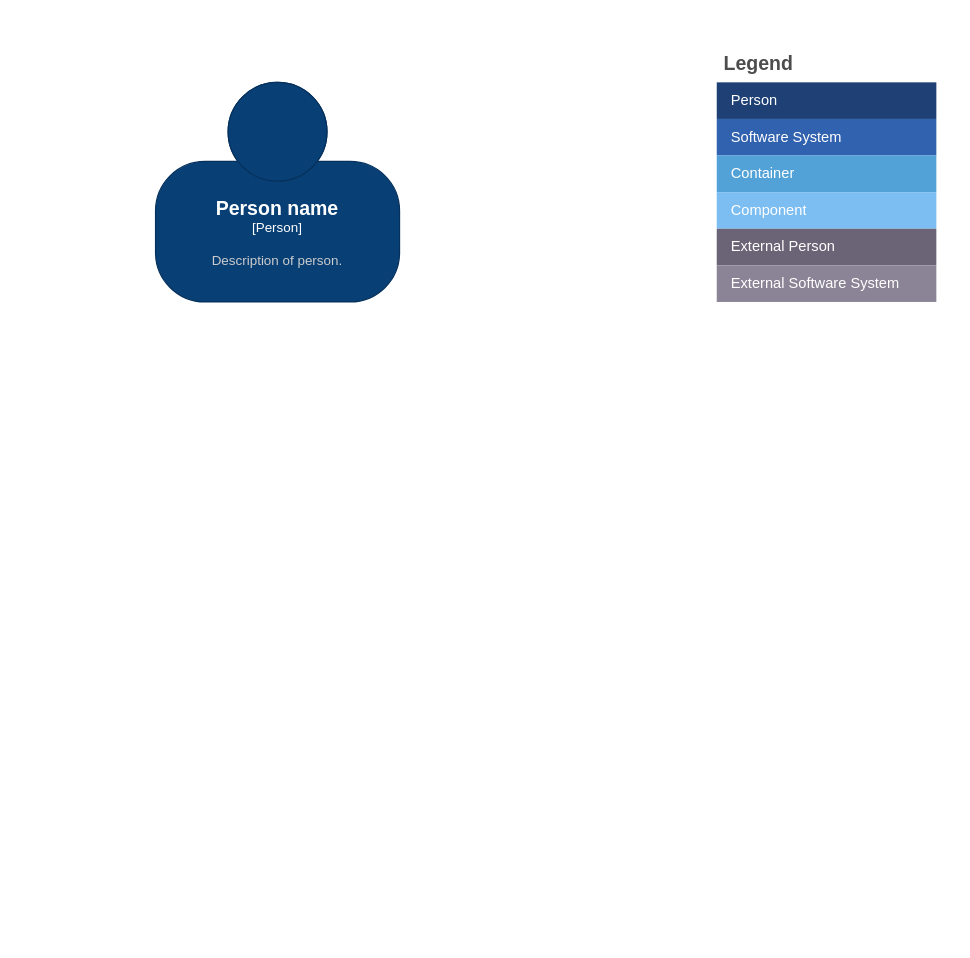
The draw.io diagram hello-world-documentacao-arquitetura.drawio in cristianospsp/c4-model-primeiro, before the edit. Source tidied: cells renumbered, new cells numbered last; positions are measured from the earlier drawing's top-left corner, leaving out a move shared by most shapes. Both pictures are drawn from the tidied source at 122%, with x=0, y=0 at pixel (155, 45).
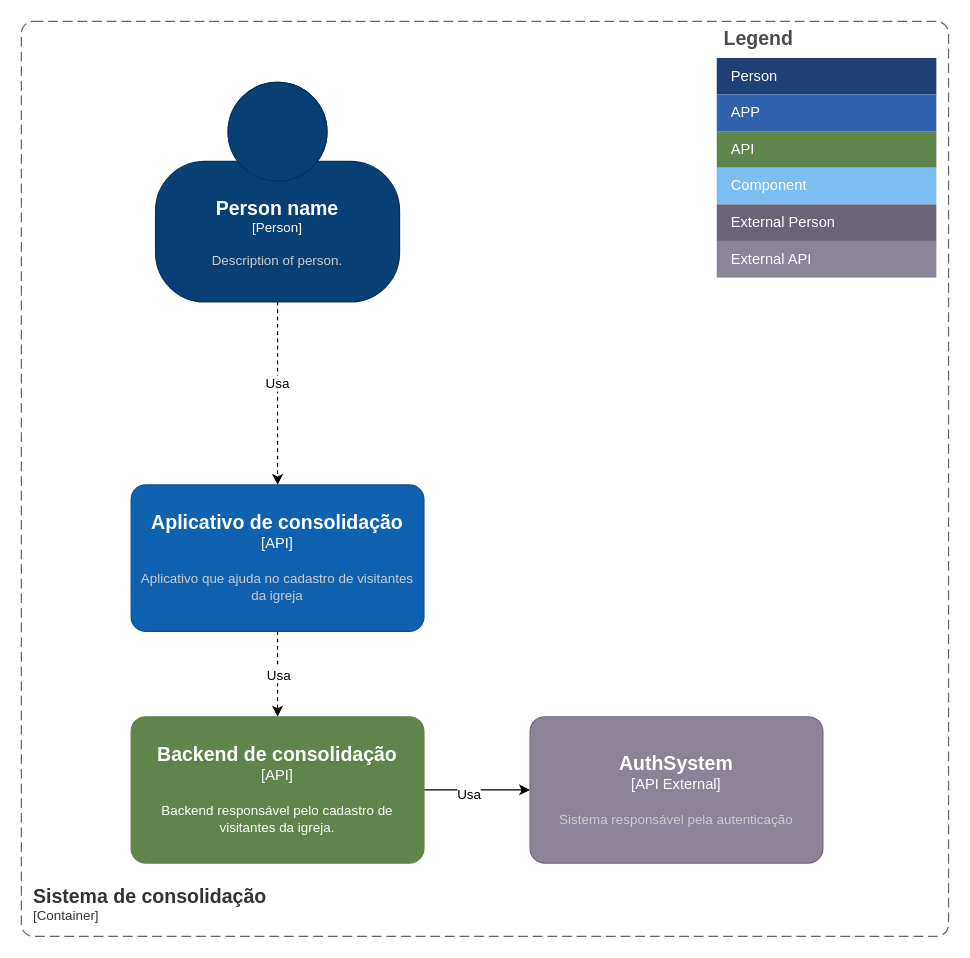
The same diagram, later.

Unchanged cells that the change refers to:
```xml
<object id="2" label="&lt;font style=&quot;font-size: 16px&quot;&gt;&lt;b&gt;%c4Name%&lt;/b&gt;&lt;/font&gt;&lt;div&gt;[%c4Type%]&lt;/div&gt;&lt;br&gt;&lt;div&gt;&lt;font style=&quot;font-size: 11px&quot;&gt;&lt;font color=&quot;#cccccc&quot;&gt;%c4Description%&lt;/font&gt;&lt;/div&gt;" c4Description="Description of person." c4Name="Person name" c4Type="Person" placeholders="1">
  <mxCell style="html=1;fontSize=11;dashed=0;whiteSpace=wrap;fillColor=#083F75;strokeColor=#06315C;fontColor=#ffffff;shape=mxgraph.c4.person2;align=center;points=[[0.5,0,0],[1,0.5,0],[1,0.75,0],[0.75,1,0],[0.5,1,0],[0.25,1,0],[0,0.75,0],[0,0.5,0]];" parent="1" vertex="1">
    <mxGeometry y="30" width="200" height="180" as="geometry" />
  </mxCell>
</object>
<mxCell id="6" style="shape=tableRow;horizontal=0;startSize=0;swimlaneHead=0;swimlaneBody=0;strokeColor=inherit;top=0;left=0;bottom=0;right=0;fillColor=none;fontSize=12;" parent="3" vertex="1">
  <mxGeometry y="60" width="180" height="30" as="geometry" />
</mxCell>
<mxCell id="8" style="shape=tableRow;horizontal=0;startSize=0;swimlaneHead=0;swimlaneBody=0;strokeColor=inherit;top=0;left=0;bottom=0;right=0;fillColor=none;fontSize=12;" parent="3" vertex="1">
  <mxGeometry y="90" width="180" height="30" as="geometry" />
</mxCell>
<mxCell id="14" style="shape=tableRow;horizontal=0;startSize=0;swimlaneHead=0;swimlaneBody=0;strokeColor=inherit;top=0;left=0;bottom=0;right=0;fillColor=none;fontSize=12;" parent="3" vertex="1">
  <mxGeometry y="180" width="180" height="30" as="geometry" />
</mxCell>
```

Change to the diagram source:
```diff
@@
+    <mxCell id="16" style="edgeStyle=orthogonalEdgeStyle;rounded=0;jettySize=auto;html=1;dashed=1;" parent="1" edge="1" source="2" target="20">
+      <mxGeometry relative="1" as="geometry" />
+    </mxCell>
+    <mxCell id="17" value="Usa&lt;br&gt;" style="edgeLabel;html=1;align=center;verticalAlign=middle;" parent="16" vertex="1">
+      <mxGeometry x="-0.12" y="-1" relative="1" as="geometry" />
+    </mxCell>
@@
+    <mxCell id="18" style="edgeStyle=orthogonalEdgeStyle;rounded=0;jettySize=auto;html=1;dashed=1;" parent="1" edge="1" source="20" target="23">
+      <mxGeometry relative="1" as="geometry" />
+    </mxCell>
+    <mxCell id="19" value="Usa" style="edgeLabel;html=1;align=center;verticalAlign=middle;" parent="18" vertex="1">
+      <mxGeometry relative="1" as="geometry" />
+    </mxCell>
+    <object id="20" label="&lt;font style=&quot;font-size: 16px&quot;&gt;&lt;b&gt;%c4Name%&lt;/b&gt;&lt;/font&gt;&lt;div&gt;[%c4Type%]&lt;/div&gt;&lt;br&gt;&lt;div&gt;&lt;font style=&quot;font-size: 11px&quot;&gt;&lt;font color=&quot;#cccccc&quot;&gt;%c4Description%&lt;/font&gt;&lt;/div&gt;" c4Description="Aplicativo que ajuda no cadastro de visitantes da igreja&#10;" c4Name="Aplicativo de consolidação" c4Type="API" placeholders="1">
+      <mxCell style="rounded=1;whiteSpace=wrap;html=1;labelBackgroundColor=none;fillColor=#1061B0;fontColor=#ffffff;align=center;arcSize=10;strokeColor=#0D5091;points=[[0.25,0,0],[0.5,0,0],[0.75,0,0],[1,0.25,0],[1,0.5,0],[1,0.75,0],[0.75,1,0],[0.5,1,0],[0.25,1,0],[0,0.75,0],[0,0.5,0],[0,0.25,0]];" parent="1" vertex="1">
+        <mxGeometry x="-20" y="360" width="240" height="120" as="geometry" />
+      </mxCell>
+    </object>
+    <mxCell id="21" style="edgeStyle=orthogonalEdgeStyle;rounded=0;jettySize=auto;html=1;" parent="1" edge="1" source="23" target="24">
+      <mxGeometry relative="1" as="geometry" />
+    </mxCell>
+    <mxCell id="22" value="Usa" style="edgeLabel;html=1;align=center;verticalAlign=middle;" parent="21" vertex="1">
+      <mxGeometry x="-0.17" y="-3" relative="1" as="geometry" />
+    </mxCell>
+    <object id="23" label="&lt;font style=&quot;font-size: 16px&quot;&gt;&lt;b&gt;%c4Name%&lt;/b&gt;&lt;/font&gt;&lt;div&gt;[%c4Type%]&lt;/div&gt;&lt;br&gt;&lt;div&gt;&lt;font style=&quot;font-size: 11px&quot;&gt;&lt;font&gt;%c4Description%&lt;/font&gt;&lt;/font&gt;&lt;/div&gt;" c4Description="Backend responsável pelo cadastro de visitantes da igreja." c4Name="Backend de consolidação" c4Type="API" placeholders="1">
+      <mxCell style="rounded=1;whiteSpace=wrap;html=1;labelBackgroundColor=none;fillColor=#60854C;align=center;arcSize=10;strokeColor=#60854C;points=[[0.25,0,0],[0.5,0,0],[0.75,0,0],[1,0.25,0],[1,0.5,0],[1,0.75,0],[0.75,1,0],[0.5,1,0],[0.25,1,0],[0,0.75,0],[0,0.5,0],[0,0.25,0]];fontColor=#ffffff;" parent="1" vertex="1">
+        <mxGeometry x="-20" y="550" width="240" height="120" as="geometry" />
+      </mxCell>
+    </object>
+    <object id="24" label="&lt;font style=&quot;font-size: 16px&quot;&gt;&lt;b&gt;%c4Name%&lt;/b&gt;&lt;/font&gt;&lt;div&gt;[%c4Type%]&lt;/div&gt;&lt;br&gt;&lt;div&gt;&lt;font style=&quot;font-size: 11px&quot;&gt;&lt;font color=&quot;#cccccc&quot;&gt;%c4Description%&lt;/font&gt;&lt;/div&gt;" c4Description="Sistema responsável pela autenticação" c4Name="AuthSystem" c4Type="API External" placeholders="1">
+      <mxCell style="rounded=1;whiteSpace=wrap;html=1;labelBackgroundColor=none;fillColor=#8C8496;fontColor=#ffffff;align=center;arcSize=10;strokeColor=#736782;points=[[0.25,0,0],[0.5,0,0],[0.75,0,0],[1,0.25,0],[1,0.5,0],[1,0.75,0],[0.75,1,0],[0.5,1,0],[0.25,1,0],[0,0.75,0],[0,0.5,0],[0,0.25,0]];" parent="1" vertex="1">
+        <mxGeometry x="307" y="550" width="240" height="120" as="geometry" />
+      </mxCell>
+    </object>
     <mxCell id="3" value="Legend" style="shape=table;startSize=30;childLayout=tableLayout;fontSize=16;align=left;verticalAlign=top;fillColor=none;strokeColor=none;fontColor=#4D4D4D;fontStyle=1;spacingLeft=6;spacing=0;" parent="1" vertex="1">
-      <mxGeometry x="460" width="180" height="210" as="geometry" />
+      <mxGeometry x="460" y="-20" width="180" height="210" as="geometry" />
     </mxCell>
@@
-    <mxCell id="7" value="Software System" style="shape=partialRectangle;html=1;whiteSpace=wrap;strokeColor=inherit;overflow=hidden;fillColor=#3162AF;top=0;left=0;bottom=0;right=0;fontSize=12;align=left;fontColor=#FFFFFF;gradientColor=none;spacingLeft=10;spacingRight=4;" parent="6" vertex="1">
+    <mxCell id="7" value="APP&lt;br&gt;" style="shape=partialRectangle;html=1;whiteSpace=wrap;strokeColor=inherit;overflow=hidden;fillColor=#3162AF;top=0;left=0;bottom=0;right=0;fontSize=12;align=left;fontColor=#FFFFFF;gradientColor=none;spacingLeft=10;spacingRight=4;" parent="6" vertex="1">
       <mxGeometry width="180" height="30" as="geometry" />
     </mxCell>
@@
-    <mxCell id="9" value="Container" style="shape=partialRectangle;html=1;whiteSpace=wrap;strokeColor=inherit;overflow=hidden;fillColor=#52a2d8;top=0;left=0;bottom=0;right=0;fontSize=12;align=left;fontColor=#FFFFFF;gradientColor=none;spacingLeft=10;spacingRight=4;" parent="8" vertex="1">
+    <mxCell id="9" value="API" style="shape=partialRectangle;html=1;whiteSpace=wrap;strokeColor=inherit;overflow=hidden;fillColor=#60854C;top=0;left=0;bottom=0;right=0;fontSize=12;align=left;fontColor=#FFFFFF;gradientColor=none;spacingLeft=10;spacingRight=4;" parent="8" vertex="1">
       <mxGeometry width="180" height="30" as="geometry" />
     </mxCell>
@@
-    <mxCell id="15" value="External Software System" style="shape=partialRectangle;html=1;whiteSpace=wrap;strokeColor=inherit;overflow=hidden;fillColor=#8b8496;top=0;left=0;bottom=0;right=0;fontSize=12;align=left;fontColor=#FFFFFF;gradientColor=none;spacingLeft=10;spacingRight=4;" parent="14" vertex="1">
+    <mxCell id="15" value="External API" style="shape=partialRectangle;html=1;whiteSpace=wrap;strokeColor=inherit;overflow=hidden;fillColor=#8b8496;top=0;left=0;bottom=0;right=0;fontSize=12;align=left;fontColor=#FFFFFF;gradientColor=none;spacingLeft=10;spacingRight=4;" parent="14" vertex="1">
       <mxGeometry width="180" height="30" as="geometry" />
     </mxCell>
+    <object id="25" label="&lt;font style=&quot;font-size: 16px&quot;&gt;&lt;b&gt;&lt;div style=&quot;text-align: left&quot;&gt;%c4Name%&lt;/div&gt;&lt;/b&gt;&lt;/font&gt;&lt;div style=&quot;text-align: left&quot;&gt;[%c4Application%]&lt;/div&gt;" c4Application="Container" c4Name="Sistema de consolidação&#10;" placeholders="1">
+      <mxCell style="rounded=1;fontSize=11;whiteSpace=wrap;html=1;dashed=1;arcSize=20;fillColor=none;strokeColor=#666666;fontColor=#333333;labelBackgroundColor=none;align=left;verticalAlign=bottom;labelBorderColor=none;spacingTop=0;spacing=10;dashPattern=8 4;perimeter=rectanglePerimeter;noLabel=0;labelPadding=0;absoluteArcSize=1;" parent="1" vertex="1">
+        <mxGeometry x="-110" y="-20" width="760" height="750" as="geometry" />
+      </mxCell>
+    </object>
```
